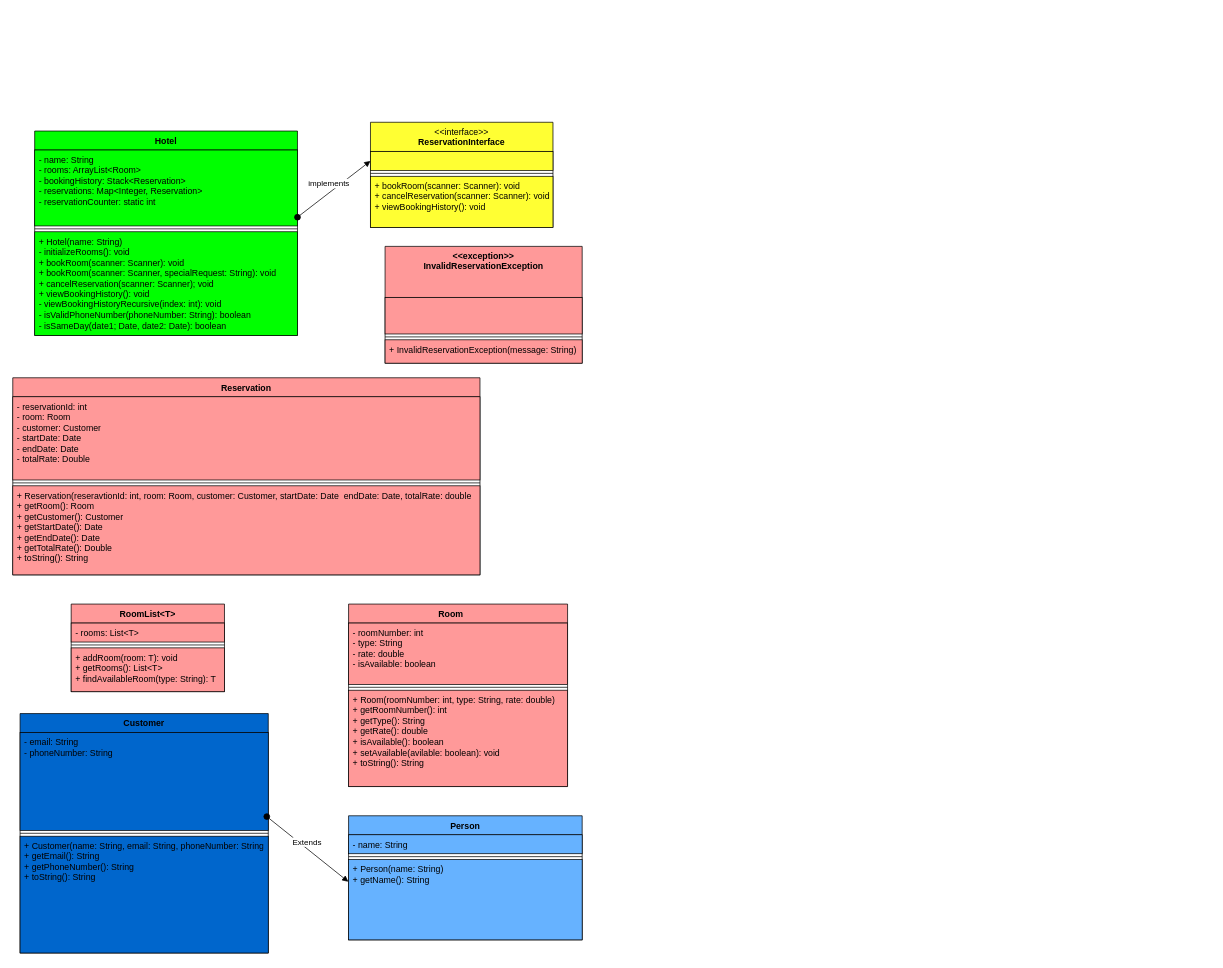
This is Untitled Diagram.drawio from yash10189/IS247, a draw.io file, before an edit. Source tidied: cells renumbered, new cells numbered last; positions are measured from the earlier drawing's top-left corner, leaving out a move shared by most shapes. Both pictures are drawn from the tidied source at 73%, with x=0, y=0 at pixel (12, 122).
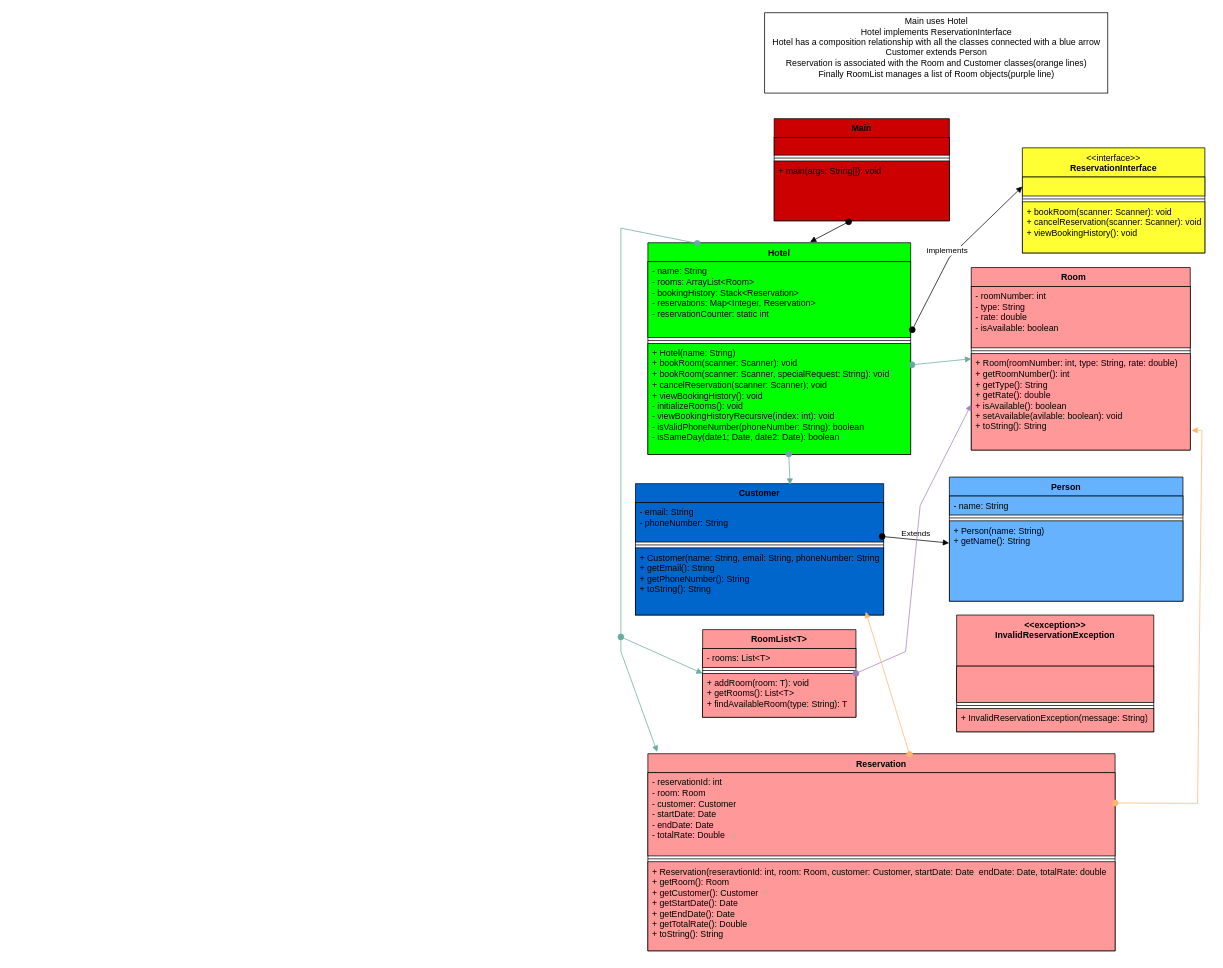
Above is the later version.

The change refers to these unchanged cells:
```xml
<mxCell id="4" value="- name: String&lt;div&gt;- rooms: ArrayList&amp;lt;Room&amp;gt;&lt;/div&gt;&lt;div&gt;- bookingHistory: Stack&amp;lt;Reservation&amp;gt;&lt;/div&gt;&lt;div&gt;- reservations: Map&amp;lt;Integer, Reservation&amp;gt;&amp;nbsp;&lt;/div&gt;&lt;div&gt;- reservationCounter: static int&lt;/div&gt;" style="text;strokeColor=#000000;fillColor=#00FF00;align=left;verticalAlign=top;spacingLeft=4;spacingRight=4;overflow=hidden;points=[[0,0.5],[1,0.5]];portConstraint=eastwest;whiteSpace=wrap;html=1;" parent="3" vertex="1">
  <mxGeometry y="26" width="360" height="104" as="geometry" />
</mxCell>
<mxCell id="10" value="+ Room(roomNumber: int, type: String, rate: double)&lt;div&gt;+ getRoomNumber(): int&lt;/div&gt;&lt;div&gt;+ getType(): String&lt;/div&gt;&lt;div&gt;+ getRate(): double&lt;/div&gt;&lt;div&gt;+ isAvailable(): boolean&lt;/div&gt;&lt;div&gt;+ setAvailable(avilable: boolean): void&lt;/div&gt;&lt;div&gt;+ toString(): String&lt;/div&gt;" style="text;strokeColor=#000000;fillColor=#FF9999;align=left;verticalAlign=top;spacingLeft=4;spacingRight=4;overflow=hidden;points=[[0,0.5],[1,0.5]];portConstraint=eastwest;whiteSpace=wrap;html=1;" parent="7" vertex="1">
  <mxGeometry y="118" width="300" height="132" as="geometry" />
</mxCell>
<mxCell id="20" style="text;strokeColor=#000000;fillColor=#FFFF33;align=left;verticalAlign=top;spacingLeft=4;spacingRight=4;overflow=hidden;points=[[0,0.5],[1,0.5]];portConstraint=eastwest;whiteSpace=wrap;html=1;" parent="19" vertex="1">
  <mxGeometry y="40" width="250" height="26" as="geometry" />
</mxCell>
```

Change to the diagram source:
```diff
@@
     <mxCell id="3" value="Hotel" style="swimlane;fontStyle=1;align=center;verticalAlign=top;horizontal=1;startSize=26;whiteSpace=wrap;html=1;fillColor=#00FF00;strokeColor=#000000;" parent="1" vertex="1">
-      <mxGeometry x="30" y="12" width="360" height="280" as="geometry" />
+      <mxGeometry x="870" y="165" width="360" height="290" as="geometry" />
     </mxCell>
@@
-    <mxCell id="6" value="+ Hotel(name: String)&lt;div&gt;- initializeRooms(): void&lt;/div&gt;&lt;div&gt;+ bookRoom(scanner: Scanner): void&lt;/div&gt;&lt;div&gt;+ bookRoom(scanner: Scanner, specialRequest: String): void&lt;/div&gt;&lt;div&gt;+ cancelReservation(scanner: Scanner); void&lt;/div&gt;&lt;div&gt;+ viewBookingHistory(): void&lt;/div&gt;&lt;div&gt;- viewBookingHistoryRecursive(index: int): void&lt;/div&gt;&lt;div&gt;- isValidPhoneNumber(phoneNumber: String): boolean&lt;/div&gt;&lt;div&gt;- isSameDay(date1; Date, date2: Date): boolean&lt;/div&gt;&lt;div&gt;&lt;br&gt;&lt;/div&gt;" style="text;strokeColor=#000000;fillColor=#00FF00;align=left;verticalAlign=top;spacingLeft=4;spacingRight=4;overflow=hidden;points=[[0,0.5],[1,0.5]];portConstraint=eastwest;whiteSpace=wrap;html=1;" parent="3" vertex="1">
-      <mxGeometry y="138" width="360" height="142" as="geometry" />
+    <mxCell id="6" value="+ Hotel(name: String)&lt;div&gt;+ bookRoom(scanner: Scanner): void&lt;/div&gt;&lt;div&gt;+ bookRoom(scanner: Scanner, specialRequest: String): void&lt;/div&gt;&lt;div&gt;+ cancelReservation(scanner: Scanner); void&lt;/div&gt;&lt;div&gt;+ viewBookingHistory(): void&lt;/div&gt;&lt;div&gt;- initializeRooms(): void&lt;br&gt;&lt;/div&gt;&lt;div&gt;- viewBookingHistoryRecursive(index: int): void&lt;/div&gt;&lt;div&gt;- isValidPhoneNumber(phoneNumber: String): boolean&lt;/div&gt;&lt;div&gt;- isSameDay(date1; Date, date2: Date): boolean&lt;/div&gt;&lt;div&gt;&lt;br&gt;&lt;/div&gt;" style="text;strokeColor=#000000;fillColor=#00FF00;align=left;verticalAlign=top;spacingLeft=4;spacingRight=4;overflow=hidden;points=[[0,0.5],[1,0.5]];portConstraint=eastwest;whiteSpace=wrap;html=1;" parent="3" vertex="1">
+      <mxGeometry y="138" width="360" height="152" as="geometry" />
     </mxCell>
     <mxCell id="7" value="Room&lt;span style=&quot;white-space: pre;&quot;&gt;&#9;&lt;/span&gt;" style="swimlane;fontStyle=1;align=center;verticalAlign=top;horizontal=1;startSize=26;whiteSpace=wrap;html=1;fillColor=#FF9999;strokeColor=#000000;" parent="1" vertex="1">
-      <mxGeometry x="460" y="660" width="300" height="250" as="geometry" />
+      <mxGeometry x="1313" y="199" width="300" height="250" as="geometry" />
     </mxCell>
@@
     <mxCell id="11" value="Reservation" style="swimlane;fontStyle=1;align=center;verticalAlign=top;horizontal=1;startSize=26;whiteSpace=wrap;html=1;fillColor=#FF9999;strokeColor=#000000;" parent="1" vertex="1">
-      <mxGeometry y="350" width="640" height="270" as="geometry" />
+      <mxGeometry x="870" y="865" width="640" height="270" as="geometry" />
     </mxCell>
@@
     <mxCell id="15" value="Customer" style="swimlane;fontStyle=1;align=center;verticalAlign=top;horizontal=1;startSize=26;whiteSpace=wrap;html=1;fillColor=#0066CC;strokeColor=#000000;" parent="1" vertex="1">
-      <mxGeometry x="10" y="810" width="340" height="328" as="geometry" />
+      <mxGeometry x="853" y="495" width="340" height="180" as="geometry" />
     </mxCell>
     <mxCell id="16" value="- email: String&lt;div&gt;- phoneNumber: String&lt;/div&gt;" style="text;strokeColor=#000000;fillColor=#0066CC;align=left;verticalAlign=top;spacingLeft=4;spacingRight=4;overflow=hidden;points=[[0,0.5],[1,0.5]];portConstraint=eastwest;whiteSpace=wrap;html=1;" parent="15" vertex="1">
-      <mxGeometry y="26" width="340" height="134" as="geometry" />
+      <mxGeometry y="26" width="340" height="54" as="geometry" />
     </mxCell>
     <mxCell id="17" style="line;strokeWidth=1;fillColor=#0066CC;align=left;verticalAlign=middle;spacingTop=-1;spacingLeft=3;spacingRight=3;labelPosition=right;strokeColor=#000000;" parent="15" vertex="1">
-      <mxGeometry y="160" width="340" height="8" as="geometry" />
+      <mxGeometry y="80" width="340" height="8" as="geometry" />
     </mxCell>
     <mxCell id="18" value="+ Customer(name: String, email: String, phoneNumber: String&lt;div&gt;+ getEmail(): String&lt;/div&gt;&lt;div&gt;+ getPhoneNumber(): String&amp;nbsp;&lt;/div&gt;&lt;div&gt;+ toString(): String&lt;br&gt;&lt;/div&gt;" style="text;strokeColor=#000000;fillColor=#0066CC;align=left;verticalAlign=top;spacingLeft=4;spacingRight=4;overflow=hidden;points=[[0,0.5],[1,0.5]];portConstraint=eastwest;whiteSpace=wrap;html=1;" parent="15" vertex="1">
-      <mxGeometry y="168" width="340" height="160" as="geometry" />
+      <mxGeometry y="88" width="340" height="92" as="geometry" />
     </mxCell>
     <mxCell id="19" value="&lt;div&gt;&lt;span style=&quot;font-weight: 400; text-align: left;&quot;&gt;&amp;lt;&amp;lt;interface&amp;gt;&amp;gt;&lt;/span&gt;&lt;br&gt;&lt;/div&gt;ReservationInterface" style="swimlane;fontStyle=1;align=center;verticalAlign=top;horizontal=1;startSize=40;whiteSpace=wrap;html=1;fillColor=#FFFF33;strokeColor=#000000;" parent="1" vertex="1">
-      <mxGeometry x="490" width="250" height="144" as="geometry" />
+      <mxGeometry x="1383" y="35" width="250" height="144" as="geometry" />
     </mxCell>
@@
     <mxCell id="23" value="&lt;div&gt;&amp;lt;&amp;lt;exception&amp;gt;&amp;gt;&lt;/div&gt;InvalidReservationException" style="swimlane;fontStyle=1;align=center;verticalAlign=top;horizontal=1;startSize=70;whiteSpace=wrap;html=1;fillColor=#FF9999;strokeColor=#000000;" parent="1" vertex="1">
-      <mxGeometry x="510" y="170" width="270" height="160" as="geometry" />
+      <mxGeometry x="1293" y="675" width="270" height="160" as="geometry" />
     </mxCell>
@@
-    <mxCell id="28" style="html=1;verticalAlign=bottom;startArrow=oval;startFill=1;endArrow=block;startSize=8;curved=0;rounded=0;entryX=0;entryY=0.5;entryDx=0;entryDy=0;strokeColor=#000000;" parent="1" edge="1" target="20">
+    <mxCell id="28" style="html=1;verticalAlign=bottom;startArrow=oval;startFill=1;endArrow=block;startSize=8;curved=0;rounded=0;entryX=0;entryY=0.5;entryDx=0;entryDy=0;strokeColor=#000000;exitX=1.006;exitY=0.896;exitDx=0;exitDy=0;exitPerimeter=0;" parent="1" edge="1" source="4" target="20">
       <mxGeometry relative="1" as="geometry">
-        <mxPoint x="390" y="130" as="sourcePoint" />
+        <Array as="points">
+          <mxPoint x="1283" y="185" />
+        </Array>
       </mxGeometry>
     </mxCell>
@@
     <mxCell id="30" value="Person" style="swimlane;fontStyle=1;align=center;verticalAlign=top;horizontal=1;startSize=26;whiteSpace=wrap;html=1;fillColor=#66B2FF;strokeColor=#000000;" parent="1" vertex="1">
-      <mxGeometry x="460" y="950" width="320" height="170" as="geometry" />
+      <mxGeometry x="1283" y="486" width="320" height="170" as="geometry" />
     </mxCell>
@@
     <mxCell id="34" value="RoomList&amp;lt;T&amp;gt;" style="swimlane;fontStyle=1;align=center;verticalAlign=top;horizontal=1;startSize=26;whiteSpace=wrap;html=1;fillColor=#FF9999;strokeColor=#000000;" parent="1" vertex="1">
-      <mxGeometry x="80" y="660" width="210" height="120" as="geometry" />
+      <mxGeometry x="945" y="695" width="210" height="120" as="geometry" />
     </mxCell>
@@
+    <mxCell id="38" value="Main" style="swimlane;fontStyle=1;align=center;verticalAlign=top;horizontal=1;startSize=26;whiteSpace=wrap;html=1;fillColor=#CC0000;strokeColor=#000000;" parent="1" vertex="1">
+      <mxGeometry x="1043" y="-5" width="240" height="140" as="geometry" />
+    </mxCell>
+    <mxCell id="39" value="&amp;nbsp;&amp;nbsp;" style="text;strokeColor=#000000;fillColor=#CC0000;align=left;verticalAlign=top;spacingLeft=4;spacingRight=4;overflow=hidden;whiteSpace=wrap;html=1;" parent="38" vertex="1">
+      <mxGeometry y="26" width="240" height="24" as="geometry" />
+    </mxCell>
+    <mxCell id="40" style="line;strokeWidth=1;fillColor=#CC0000;align=left;verticalAlign=middle;spacingTop=-1;spacingLeft=3;spacingRight=3;labelPosition=right;strokeColor=#000000;" parent="38" vertex="1">
+      <mxGeometry y="50" width="240" height="8" as="geometry" />
+    </mxCell>
+    <mxCell id="41" value="+ main(args: String[]): void" style="text;strokeColor=#000000;fillColor=#CC0000;align=left;verticalAlign=top;spacingLeft=4;spacingRight=4;overflow=hidden;points=[[0,0.5],[1,0.5]];portConstraint=eastwest;whiteSpace=wrap;html=1;" parent="38" vertex="1">
+      <mxGeometry y="58" width="240" height="82" as="geometry" />
+    </mxCell>
+    <mxCell id="42" style="html=1;verticalAlign=bottom;startArrow=oval;startFill=1;endArrow=block;startSize=8;curved=0;rounded=0;strokeColor=#000000;exitX=0.425;exitY=1.016;exitDx=0;exitDy=0;exitPerimeter=0;entryX=0.617;entryY=-0.003;entryDx=0;entryDy=0;entryPerimeter=0;" parent="1" edge="1" source="41" target="3">
+      <mxGeometry relative="1" as="geometry" />
+    </mxCell>
+    <mxCell id="43" style="edgeLabel;html=1;align=center;verticalAlign=middle;strokeColor=#000000;" parent="42" vertex="1">
+      <mxGeometry x="-0.12" y="4" relative="1" as="geometry">
+        <mxPoint x="1" y="-9" as="offset" />
+      </mxGeometry>
+    </mxCell>
+    <mxCell id="44" style="html=1;verticalAlign=bottom;startArrow=oval;startFill=1;endArrow=block;startSize=8;curved=0;rounded=0;strokeColor=#67AB9F;exitX=0.536;exitY=0.996;exitDx=0;exitDy=0;exitPerimeter=0;entryX=0.623;entryY=0.008;entryDx=0;entryDy=0;entryPerimeter=0;" parent="1" edge="1" source="6" target="15">
+      <mxGeometry relative="1" as="geometry" />
+    </mxCell>
+    <mxCell id="45" style="edgeLabel;html=1;align=center;verticalAlign=middle;strokeColor=#000000;" parent="44" vertex="1">
+      <mxGeometry x="-0.12" y="4" relative="1" as="geometry">
+        <mxPoint x="1" y="-9" as="offset" />
+      </mxGeometry>
+    </mxCell>
+    <mxCell id="46" style="html=1;verticalAlign=bottom;startArrow=oval;startFill=1;endArrow=block;startSize=8;curved=0;rounded=0;strokeColor=#67AB9F;entryX=0;entryY=0.5;entryDx=0;entryDy=0;exitX=1.005;exitY=0.192;exitDx=0;exitDy=0;exitPerimeter=0;" parent="1" edge="1" source="6" target="7">
+      <mxGeometry relative="1" as="geometry" />
+    </mxCell>
+    <mxCell id="47" style="edgeLabel;html=1;align=center;verticalAlign=middle;strokeColor=#000000;" parent="46" vertex="1">
+      <mxGeometry x="-0.12" y="4" relative="1" as="geometry">
+        <mxPoint x="1" y="-9" as="offset" />
+      </mxGeometry>
+    </mxCell>
+    <mxCell id="48" style="html=1;verticalAlign=bottom;startArrow=oval;startFill=1;endArrow=block;startSize=8;curved=0;rounded=0;strokeColor=#67AB9F;exitX=0.188;exitY=0.003;exitDx=0;exitDy=0;exitPerimeter=0;entryX=0.02;entryY=-0.009;entryDx=0;entryDy=0;entryPerimeter=0;" parent="1" edge="1" source="3" target="11">
+      <mxGeometry relative="1" as="geometry">
+        <Array as="points">
+          <mxPoint x="833" y="145" />
+          <mxPoint x="833" y="555" />
+          <mxPoint x="833" y="725" />
+        </Array>
+      </mxGeometry>
+    </mxCell>
+    <mxCell id="49" style="edgeLabel;html=1;align=center;verticalAlign=middle;strokeColor=#000000;" parent="48" vertex="1">
+      <mxGeometry x="-0.12" y="4" relative="1" as="geometry">
+        <mxPoint x="1" y="-9" as="offset" />
+      </mxGeometry>
+    </mxCell>
+    <mxCell id="50" style="html=1;verticalAlign=bottom;startArrow=oval;startFill=1;endArrow=block;startSize=8;curved=0;rounded=0;strokeColor=#67AB9F;entryX=0;entryY=0.5;entryDx=0;entryDy=0;" parent="1" edge="1" target="34">
+      <mxGeometry relative="1" as="geometry">
+        <mxPoint x="833" y="705" as="sourcePoint" />
+      </mxGeometry>
+    </mxCell>
+    <mxCell id="51" style="edgeLabel;html=1;align=center;verticalAlign=middle;strokeColor=#000000;" parent="50" vertex="1">
+      <mxGeometry x="-0.12" y="4" relative="1" as="geometry">
+        <mxPoint x="1" y="-9" as="offset" />
+      </mxGeometry>
+    </mxCell>
+    <mxCell id="52" style="html=1;verticalAlign=bottom;startArrow=oval;startFill=1;endArrow=block;startSize=8;curved=0;rounded=0;strokeColor=#A680B8;exitX=1;exitY=0.5;exitDx=0;exitDy=0;entryX=0;entryY=0.75;entryDx=0;entryDy=0;" parent="1" edge="1" source="34" target="7">
+      <mxGeometry relative="1" as="geometry">
+        <Array as="points">
+          <mxPoint x="1223" y="725" />
+          <mxPoint x="1243" y="525" />
+        </Array>
+      </mxGeometry>
+    </mxCell>
+    <mxCell id="53" style="edgeLabel;html=1;align=center;verticalAlign=middle;strokeColor=#000000;" parent="52" vertex="1">
+      <mxGeometry x="-0.12" y="4" relative="1" as="geometry">
+        <mxPoint x="1" y="-9" as="offset" />
+      </mxGeometry>
+    </mxCell>
+    <mxCell id="54" style="html=1;verticalAlign=bottom;startArrow=oval;startFill=1;endArrow=block;startSize=8;curved=0;rounded=0;strokeColor=#FFB570;exitX=1;exitY=0.25;exitDx=0;exitDy=0;entryX=1.005;entryY=0.796;entryDx=0;entryDy=0;entryPerimeter=0;" parent="1" edge="1" source="11" target="10">
+      <mxGeometry relative="1" as="geometry">
+        <Array as="points">
+          <mxPoint x="1623" y="933" />
+          <mxPoint x="1629" y="422" />
+        </Array>
+      </mxGeometry>
+    </mxCell>
+    <mxCell id="55" style="edgeLabel;html=1;align=center;verticalAlign=middle;strokeColor=#000000;" parent="54" vertex="1">
+      <mxGeometry x="-0.12" y="4" relative="1" as="geometry">
+        <mxPoint x="1" y="-9" as="offset" />
+      </mxGeometry>
+    </mxCell>
+    <mxCell id="56" style="html=1;verticalAlign=bottom;startArrow=oval;startFill=1;endArrow=block;startSize=8;curved=0;rounded=0;strokeColor=#FFB570;exitX=0.56;exitY=0.003;exitDx=0;exitDy=0;exitPerimeter=0;entryX=0.928;entryY=0.951;entryDx=0;entryDy=0;entryPerimeter=0;" parent="1" edge="1" source="11" target="18">
+      <mxGeometry relative="1" as="geometry" />
+    </mxCell>
+    <mxCell id="57" style="edgeLabel;html=1;align=center;verticalAlign=middle;strokeColor=#000000;" parent="56" vertex="1">
+      <mxGeometry x="-0.12" y="4" relative="1" as="geometry">
+        <mxPoint x="1" y="-9" as="offset" />
+      </mxGeometry>
+    </mxCell>
+    <mxCell id="58" value="Main uses Hotel&lt;div&gt;Hotel implements ReservationInterface&lt;/div&gt;&lt;div&gt;Hotel has a composition relationship with all the classes connected with a blue arrow&lt;/div&gt;&lt;div&gt;Customer extends Person&lt;/div&gt;&lt;div&gt;Reservation is associated with the Room and Customer classes(orange lines)&lt;/div&gt;&lt;div&gt;Finally RoomList manages a list of Room objects(purple line)&lt;/div&gt;&lt;div&gt;&lt;br&gt;&lt;/div&gt;" style="text;html=1;align=center;verticalAlign=middle;strokeColor=#000000;fillColor=none;" parent="1" vertex="1">
+      <mxGeometry x="1030" y="-150" width="470" height="110" as="geometry" />
+    </mxCell>
```
